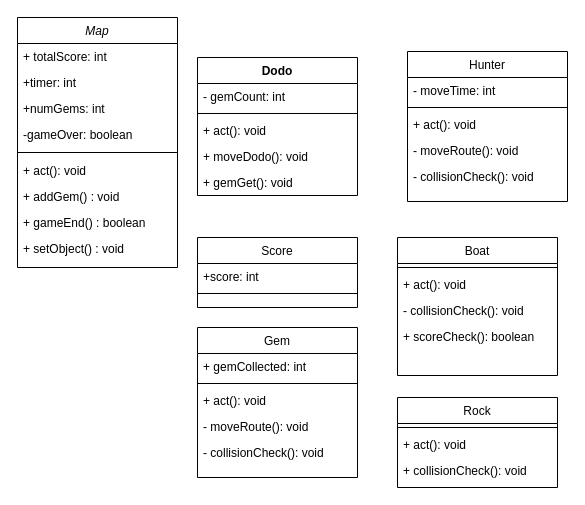
This is AnnabelKulmaczUML.drawio from AKulmacz/CSC170, a draw.io file, before an edit. Source tidied: cells renumbered, new cells numbered last; positions are measured from the earlier drawing's top-left corner, leaving out a move shared by most shapes. Both pictures are drawn from the tidied source at 100%, with x=0, y=0 at pixel (17, 17).
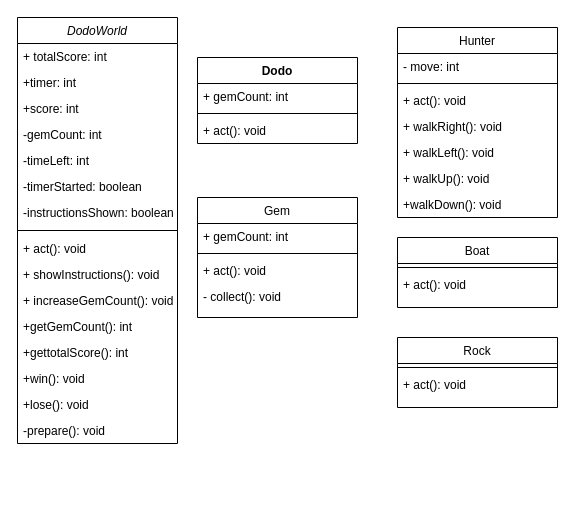
Above is the later version.

What changed in the source:
```diff
@@
-    <mxCell id="2" value="Map" style="swimlane;fontStyle=2;align=center;verticalAlign=top;horizontal=1;startSize=26;rounded=0;shadow=0;strokeWidth=1;" parent="1" vertex="1">
-      <mxGeometry width="160" height="250" as="geometry" />
+    <mxCell id="2" value="DodoWorld" style="swimlane;fontStyle=2;align=center;verticalAlign=top;horizontal=1;startSize=26;rounded=0;shadow=0;strokeWidth=1;" parent="1" vertex="1">
+      <mxGeometry width="160" height="426" as="geometry" />
     </mxCell>
@@
+    <mxCell id="17" value="+score: int" style="text;align=left;verticalAlign=top;spacingLeft=4;spacingRight=4;overflow=hidden;rounded=0;shadow=0;html=0;" parent="2" vertex="1">
+      <mxGeometry y="78" width="160" height="26" as="geometry" />
+    </mxCell>
-    <mxCell id="5" value="+numGems: int" style="text;align=left;verticalAlign=top;spacingLeft=4;spacingRight=4;overflow=hidden;rounded=0;shadow=0;html=0;" parent="2" vertex="1">
-      <mxGeometry y="78" width="160" height="26" as="geometry" />
+    <mxCell id="5" value="-gemCount: int" style="text;align=left;verticalAlign=top;spacingLeft=4;spacingRight=4;overflow=hidden;rounded=0;shadow=0;html=0;" parent="2" vertex="1">
+      <mxGeometry y="104" width="160" height="26" as="geometry" />
     </mxCell>
-    <mxCell id="6" value="-gameOver: boolean" style="text;align=left;verticalAlign=top;spacingLeft=4;spacingRight=4;overflow=hidden;rounded=0;shadow=0;html=0;" parent="2" vertex="1">
-      <mxGeometry y="104" width="160" height="26" as="geometry" />
+    <mxCell id="6" value="-timeLeft: int" style="text;align=left;verticalAlign=top;spacingLeft=4;spacingRight=4;overflow=hidden;rounded=0;shadow=0;html=0;" parent="2" vertex="1">
+      <mxGeometry y="130" width="160" height="26" as="geometry" />
     </mxCell>
+    <mxCell id="42" value="-timerStarted: boolean" style="text;align=left;verticalAlign=top;spacingLeft=4;spacingRight=4;overflow=hidden;rounded=0;shadow=0;html=0;" parent="2" vertex="1">
+      <mxGeometry y="156" width="160" height="26" as="geometry" />
+    </mxCell>
+    <mxCell id="43" value="-instructionsShown: boolean" style="text;align=left;verticalAlign=top;spacingLeft=4;spacingRight=4;overflow=hidden;rounded=0;shadow=0;html=0;" parent="2" vertex="1">
+      <mxGeometry y="182" width="160" height="26" as="geometry" />
+    </mxCell>
     <mxCell id="7" style="line;html=1;strokeWidth=1;align=left;verticalAlign=middle;spacingTop=-1;spacingLeft=3;spacingRight=3;labelPosition=right;" parent="2" vertex="1">
-      <mxGeometry y="130" width="160" height="10" as="geometry" />
+      <mxGeometry y="208" width="160" height="10" as="geometry" />
     </mxCell>
     <mxCell id="8" value="+ act(): void" style="text;align=left;verticalAlign=top;spacingLeft=4;spacingRight=4;overflow=hidden;rounded=0;shadow=0;html=0;" parent="2" vertex="1">
-      <mxGeometry y="140" width="160" height="26" as="geometry" />
+      <mxGeometry y="218" width="160" height="26" as="geometry" />
     </mxCell>
-    <mxCell id="9" value="+ addGem() : void" style="text;align=left;verticalAlign=top;spacingLeft=4;spacingRight=4;overflow=hidden;rounded=0;shadow=0;html=0;" parent="2" vertex="1">
-      <mxGeometry y="166" width="160" height="26" as="geometry" />
+    <mxCell id="9" value="+ showInstructions(): void" style="text;align=left;verticalAlign=top;spacingLeft=4;spacingRight=4;overflow=hidden;rounded=0;shadow=0;html=0;" parent="2" vertex="1">
+      <mxGeometry y="244" width="160" height="26" as="geometry" />
     </mxCell>
-    <mxCell id="10" value="+ gameEnd() : boolean" style="text;align=left;verticalAlign=top;spacingLeft=4;spacingRight=4;overflow=hidden;rounded=0;shadow=0;html=0;" parent="2" vertex="1">
-      <mxGeometry y="192" width="160" height="26" as="geometry" />
+    <mxCell id="10" value="+ increaseGemCount(): void" style="text;align=left;verticalAlign=top;spacingLeft=4;spacingRight=4;overflow=hidden;rounded=0;shadow=0;html=0;" parent="2" vertex="1">
+      <mxGeometry y="270" width="160" height="26" as="geometry" />
     </mxCell>
-    <mxCell id="11" value="+ setObject() : void" style="text;align=left;verticalAlign=top;spacingLeft=4;spacingRight=4;overflow=hidden;rounded=0;shadow=0;html=0;" parent="2" vertex="1">
-      <mxGeometry y="218" width="160" height="26" as="geometry" />
+    <mxCell id="11" value="+getGemCount(): int" style="text;align=left;verticalAlign=top;spacingLeft=4;spacingRight=4;overflow=hidden;rounded=0;shadow=0;html=0;" parent="2" vertex="1">
+      <mxGeometry y="296" width="160" height="26" as="geometry" />
     </mxCell>
+    <mxCell id="44" value="+gettotalScore(): int   " style="text;align=left;verticalAlign=top;spacingLeft=4;spacingRight=4;overflow=hidden;rounded=0;shadow=0;html=0;" parent="2" vertex="1">
+      <mxGeometry y="322" width="160" height="26" as="geometry" />
+    </mxCell>
+    <mxCell id="45" value="+win(): void" style="text;align=left;verticalAlign=top;spacingLeft=4;spacingRight=4;overflow=hidden;rounded=0;shadow=0;html=0;" parent="2" vertex="1">
+      <mxGeometry y="348" width="160" height="26" as="geometry" />
+    </mxCell>
+    <mxCell id="46" value="+lose(): void" style="text;align=left;verticalAlign=top;spacingLeft=4;spacingRight=4;overflow=hidden;rounded=0;shadow=0;html=0;" parent="2" vertex="1">
+      <mxGeometry y="374" width="160" height="26" as="geometry" />
+    </mxCell>
+    <mxCell id="47" value="-prepare(): void" style="text;align=left;verticalAlign=top;spacingLeft=4;spacingRight=4;overflow=hidden;rounded=0;shadow=0;html=0;" parent="2" vertex="1">
+      <mxGeometry y="400" width="160" height="26" as="geometry" />
+    </mxCell>
     <mxCell id="12" value="Rock" style="swimlane;fontStyle=0;align=center;verticalAlign=top;horizontal=1;startSize=26;rounded=0;shadow=0;strokeWidth=1;" parent="1" vertex="1">
-      <mxGeometry x="380" y="380" width="160" height="90" as="geometry" />
+      <mxGeometry x="380" y="320" width="160" height="70" as="geometry" />
     </mxCell>
@@
-    <mxCell id="15" value="+ collisionCheck(): void" style="text;align=left;verticalAlign=top;spacingLeft=4;spacingRight=4;overflow=hidden;" parent="12" vertex="1">
-      <mxGeometry y="60" width="160" height="26" as="geometry" />
-    </mxCell>
-    <mxCell id="16" value="Score" style="swimlane;fontStyle=0;align=center;verticalAlign=top;horizontal=1;startSize=26;rounded=0;shadow=0;strokeWidth=1;" parent="1" vertex="1">
-      <mxGeometry x="180" y="220" width="160" height="70" as="geometry" />
-    </mxCell>
-    <mxCell id="17" value="+score: int" style="text;align=left;verticalAlign=top;spacingLeft=4;spacingRight=4;overflow=hidden;" parent="16" vertex="1">
-      <mxGeometry y="26" width="160" height="26" as="geometry" />
-    </mxCell>
-    <mxCell id="18" style="line;html=1;strokeWidth=1;align=left;verticalAlign=middle;spacingTop=-1;spacingLeft=3;spacingRight=3;labelPosition=right;" parent="16" vertex="1">
-      <mxGeometry y="52" width="160" height="8" as="geometry" />
-    </mxCell>
     <mxCell id="19" value="Hunter" style="swimlane;fontStyle=0;align=center;verticalAlign=top;horizontal=1;startSize=26;rounded=0;shadow=0;strokeWidth=1;" parent="1" vertex="1">
-      <mxGeometry x="390" y="34" width="160" height="150" as="geometry" />
+      <mxGeometry x="380" y="10" width="160" height="190" as="geometry" />
     </mxCell>
-    <mxCell id="20" value="- moveTime: int" style="text;align=left;verticalAlign=top;spacingLeft=4;spacingRight=4;overflow=hidden;" parent="19" vertex="1">
+    <mxCell id="20" value="- move: int" style="text;align=left;verticalAlign=top;spacingLeft=4;spacingRight=4;overflow=hidden;" parent="19" vertex="1">
       <mxGeometry y="26" width="160" height="26" as="geometry" />
     </mxCell>
@@
-    <mxCell id="23" value="- moveRoute(): void" style="text;align=left;verticalAlign=top;spacingLeft=4;spacingRight=4;overflow=hidden;rounded=0;shadow=0;html=0;" parent="19" vertex="1">
+    <mxCell id="23" value="+ walkRight(): void" style="text;align=left;verticalAlign=top;spacingLeft=4;spacingRight=4;overflow=hidden;rounded=0;shadow=0;html=0;" parent="19" vertex="1">
       <mxGeometry y="86" width="160" height="26" as="geometry" />
     </mxCell>
-    <mxCell id="24" value="- collisionCheck(): void" style="text;align=left;verticalAlign=top;spacingLeft=4;spacingRight=4;overflow=hidden;" parent="19" vertex="1">
+    <mxCell id="24" value="+ walkLeft(): void" style="text;align=left;verticalAlign=top;spacingLeft=4;spacingRight=4;overflow=hidden;" parent="19" vertex="1">
       <mxGeometry y="112" width="160" height="26" as="geometry" />
     </mxCell>
+    <mxCell id="48" value="+ walkUp(): void" style="text;align=left;verticalAlign=top;spacingLeft=4;spacingRight=4;overflow=hidden;" parent="19" vertex="1">
+      <mxGeometry y="138" width="160" height="26" as="geometry" />
+    </mxCell>
+    <mxCell id="49" value="+walkDown(): void" style="text;align=left;verticalAlign=top;spacingLeft=4;spacingRight=4;overflow=hidden;" parent="19" vertex="1">
+      <mxGeometry y="164" width="160" height="26" as="geometry" />
+    </mxCell>
     <mxCell id="25" value="Dodo" style="swimlane;fontStyle=1;align=center;verticalAlign=top;horizontal=1;startSize=26;whiteSpace=wrap;html=1;" parent="1" vertex="1">
-      <mxGeometry x="180" y="40" width="160" height="138" as="geometry" />
+      <mxGeometry x="180" y="40" width="160" height="86" as="geometry" />
     </mxCell>
-    <mxCell id="26" value="&lt;div&gt;- gemCount: int&lt;/div&gt;" style="text;strokeColor=none;fillColor=none;align=left;verticalAlign=top;spacingLeft=4;spacingRight=4;overflow=hidden;whiteSpace=wrap;html=1;" parent="25" vertex="1">
+    <mxCell id="26" value="&lt;div&gt;+ gemCount: int&lt;/div&gt;" style="text;strokeColor=none;fillColor=none;align=left;verticalAlign=top;spacingLeft=4;spacingRight=4;overflow=hidden;whiteSpace=wrap;html=1;" parent="25" vertex="1">
       <mxGeometry y="26" width="160" height="26" as="geometry" />
     </mxCell>
@@
-    <mxCell id="29" value="+ moveDodo(): void" style="text;strokeColor=none;fillColor=none;align=left;verticalAlign=top;spacingLeft=4;spacingRight=4;overflow=hidden;whiteSpace=wrap;html=1;" parent="25" vertex="1">
-      <mxGeometry y="86" width="160" height="26" as="geometry" />
-    </mxCell>
-    <mxCell id="30" value="+ gemGet(): void" style="text;strokeColor=none;fillColor=none;align=left;verticalAlign=top;spacingLeft=4;spacingRight=4;overflow=hidden;whiteSpace=wrap;html=1;" parent="25" vertex="1">
-      <mxGeometry y="112" width="160" height="26" as="geometry" />
-    </mxCell>
     <mxCell id="31" value="Gem" style="swimlane;fontStyle=0;align=center;verticalAlign=top;horizontal=1;startSize=26;rounded=0;shadow=0;strokeWidth=1;" parent="1" vertex="1">
-      <mxGeometry x="180" y="310" width="160" height="150" as="geometry" />
+      <mxGeometry x="180" y="180" width="160" height="120" as="geometry" />
     </mxCell>
-    <mxCell id="32" value="+ gemCollected: int" style="text;align=left;verticalAlign=top;spacingLeft=4;spacingRight=4;overflow=hidden;" parent="31" vertex="1">
+    <mxCell id="32" value="+ gemCount: int" style="text;align=left;verticalAlign=top;spacingLeft=4;spacingRight=4;overflow=hidden;" parent="31" vertex="1">
       <mxGeometry y="26" width="160" height="26" as="geometry" />
     </mxCell>
@@
-    <mxCell id="35" value="- moveRoute(): void" style="text;align=left;verticalAlign=top;spacingLeft=4;spacingRight=4;overflow=hidden;rounded=0;shadow=0;html=0;" parent="31" vertex="1">
+    <mxCell id="35" value="- collect(): void" style="text;align=left;verticalAlign=top;spacingLeft=4;spacingRight=4;overflow=hidden;rounded=0;shadow=0;html=0;" parent="31" vertex="1">
       <mxGeometry y="86" width="160" height="26" as="geometry" />
     </mxCell>
-    <mxCell id="36" value="- collisionCheck(): void" style="text;align=left;verticalAlign=top;spacingLeft=4;spacingRight=4;overflow=hidden;" parent="31" vertex="1">
-      <mxGeometry y="112" width="160" height="26" as="geometry" />
-    </mxCell>
     <mxCell id="37" value="Boat" style="swimlane;fontStyle=0;align=center;verticalAlign=top;horizontal=1;startSize=26;rounded=0;shadow=0;strokeWidth=1;" parent="1" vertex="1">
-      <mxGeometry x="380" y="220" width="160" height="138" as="geometry" />
+      <mxGeometry x="380" y="220" width="160" height="70" as="geometry" />
     </mxCell>
@@
-    <mxCell id="40" value="- collisionCheck(): void" style="text;align=left;verticalAlign=top;spacingLeft=4;spacingRight=4;overflow=hidden;" parent="37" vertex="1">
-      <mxGeometry y="60" width="160" height="26" as="geometry" />
-    </mxCell>
-    <mxCell id="41" value="+ scoreCheck(): boolean" style="text;align=left;verticalAlign=top;spacingLeft=4;spacingRight=4;overflow=hidden;" parent="37" vertex="1">
-      <mxGeometry y="86" width="160" height="26" as="geometry" />
-    </mxCell>
```
